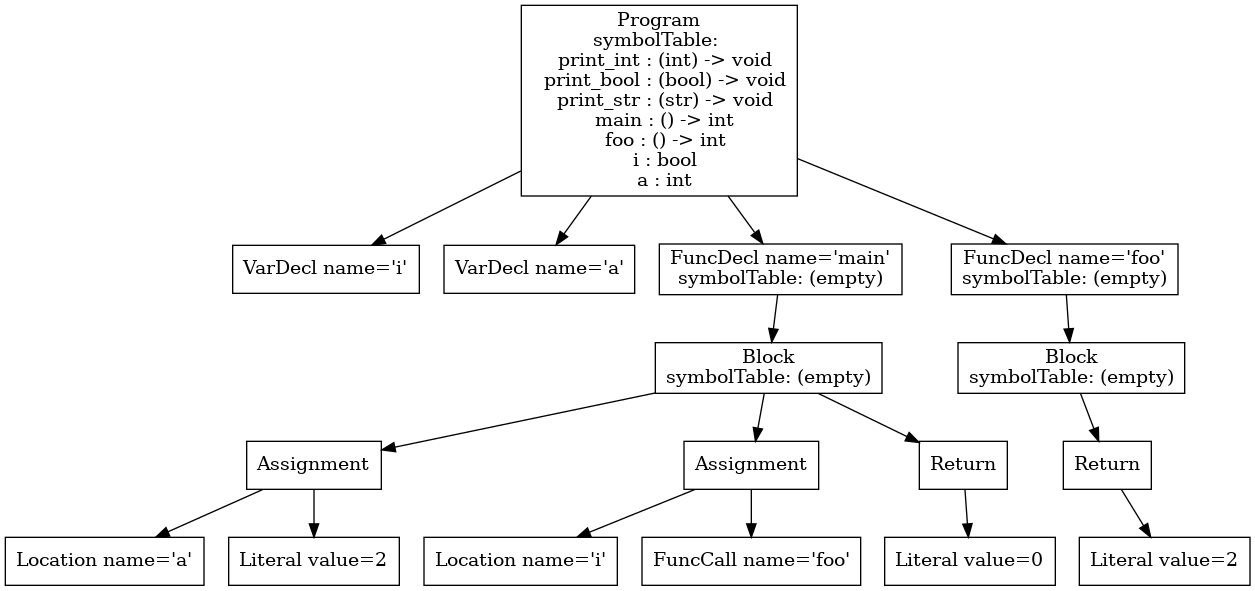
Before: ast.png, a diagram exported from Graphviz (ecila1011/P3). Its source is kept beside it as ast.dot.
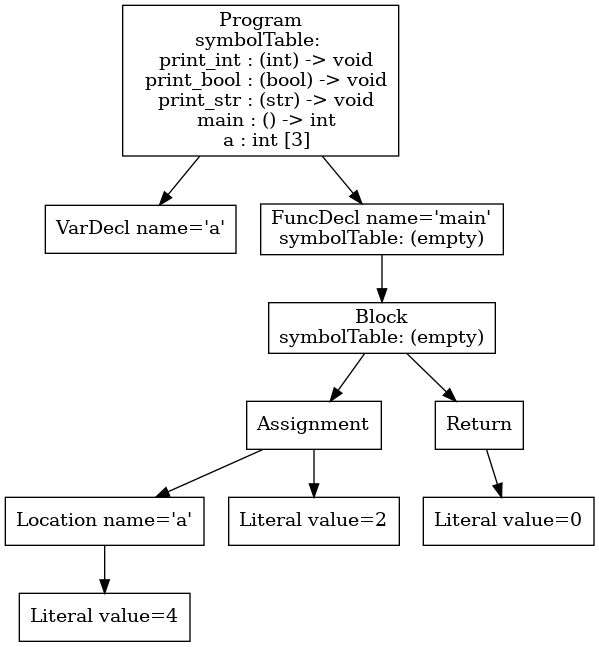
Above is the later version.

Diff of the diagram source:
```diff
@@ -1,35 +1,21 @@
 digraph AST {
-1 [shape=box, label="VarDecl name='i'"];
-2 [shape=box, label="VarDecl name='a'"];
-6 [shape=box, label="Location name='a'"];
+1 [shape=box, label="VarDecl name='a'"];
+6 [shape=box, label="Literal value=4"];
+5 [shape=box, label="Location name='a'"];
+5 -> 6;
 7 [shape=box, label="Literal value=2"];
-5 [shape=box, label="Assignment"];
-5 -> 6;
-5 -> 7;
-9 [shape=box, label="Location name='i'"];
-10 [shape=box, label="FuncCall name='foo'"];
-8 [shape=box, label="Assignment"];
+4 [shape=box, label="Assignment"];
+4 -> 5;
+4 -> 7;
+9 [shape=box, label="Literal value=0"];
+8 [shape=box, label="Return"];
 8 -> 9;
-8 -> 10;
-12 [shape=box, label="Literal value=0"];
-11 [shape=box, label="Return"];
-11 -> 12;
-4 [shape=box, label="Block\nsymbolTable: (empty)"];
-4 -> 5;
-4 -> 8;
-4 -> 11;
-3 [shape=box, label="FuncDecl name='main'\nsymbolTable: (empty)"];
+3 [shape=box, label="Block\nsymbolTable: (empty)"];
 3 -> 4;
-16 [shape=box, label="Literal value=2"];
-15 [shape=box, label="Return"];
-15 -> 16;
-14 [shape=box, label="Block\nsymbolTable: (empty)"];
-14 -> 15;
-13 [shape=box, label="FuncDecl name='foo'\nsymbolTable: (empty)"];
-13 -> 14;
-0 [shape=box, label="Program\nsymbolTable: \n  print_int : (int) -> void\n  print_bool : (bool) -> void\n  print_str : (str) -> void\n  main : () -> int\n  foo : () -> int\n  i : bool\n  a : int"];
+3 -> 8;
+2 [shape=box, label="FuncDecl name='main'\nsymbolTable: (empty)"];
+2 -> 3;
+0 [shape=box, label="Program\nsymbolTable: \n  print_int : (int) -> void\n  print_bool : (bool) -> void\n  print_str : (str) -> void\n  main : () -> int\n  a : int [3]"];
 0 -> 1;
 0 -> 2;
-0 -> 3;
-0 -> 13;
 }
```
